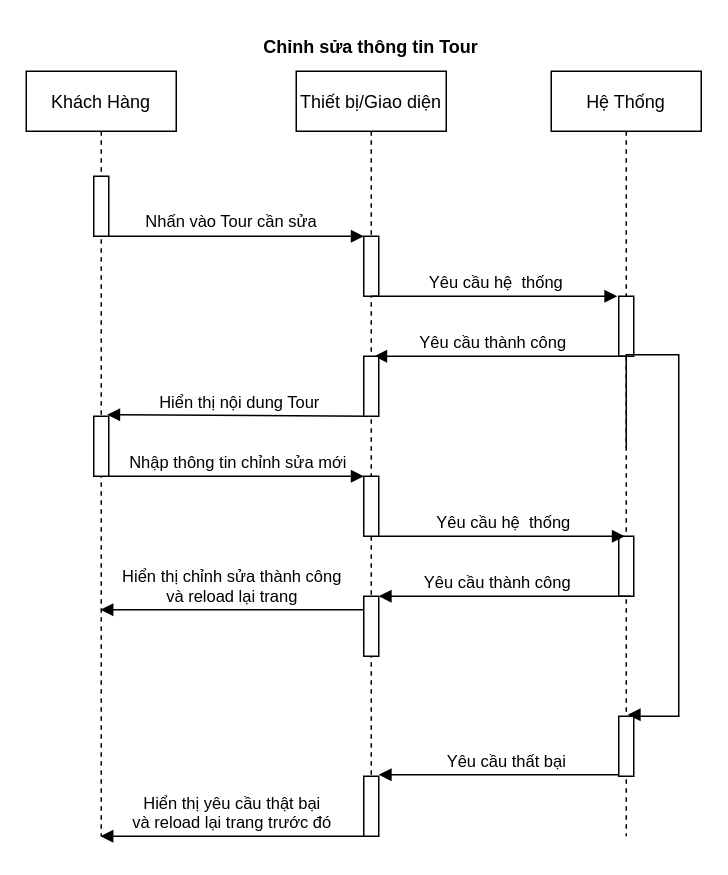
This is Drawio/Edit_Tour.drawio from LuanMinhNguyen/nhom2thuctapchuyennganh, a draw.io file, before an edit. Source tidied: cells renumbered, new cells numbered last; positions are measured from the earlier drawing's top-left corner, leaving out a move shared by most shapes. Both pictures are drawn from the tidied source at 150%, with x=0, y=0 at pixel (26, 26).
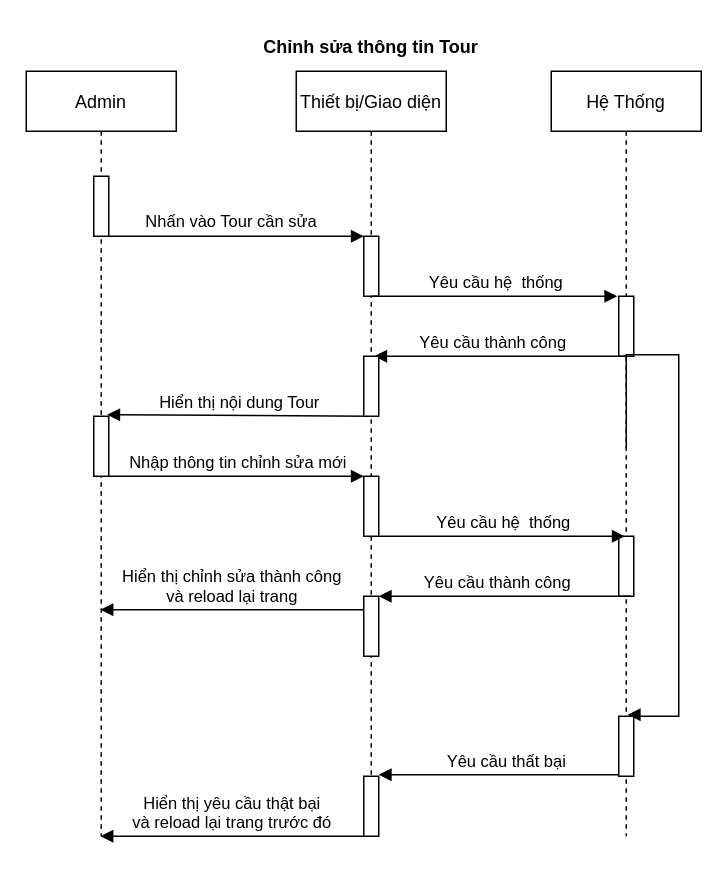
Above is the later version.

Commit message:
so_do_tuan_tu_Admin_EditTour

Change to the diagram source:
```diff
@@
-    <mxCell id="2" value="Khách Hàng" style="shape=umlLifeline;perimeter=lifelinePerimeter;rounded=0;shadow=0;strokeWidth=1;" parent="1" vertex="1">
+    <mxCell id="2" value="Admin" style="shape=umlLifeline;perimeter=lifelinePerimeter;rounded=0;shadow=0;strokeWidth=1;" parent="1" vertex="1">
       <mxGeometry y="30" width="100" height="510" as="geometry" />
     </mxCell>
```
